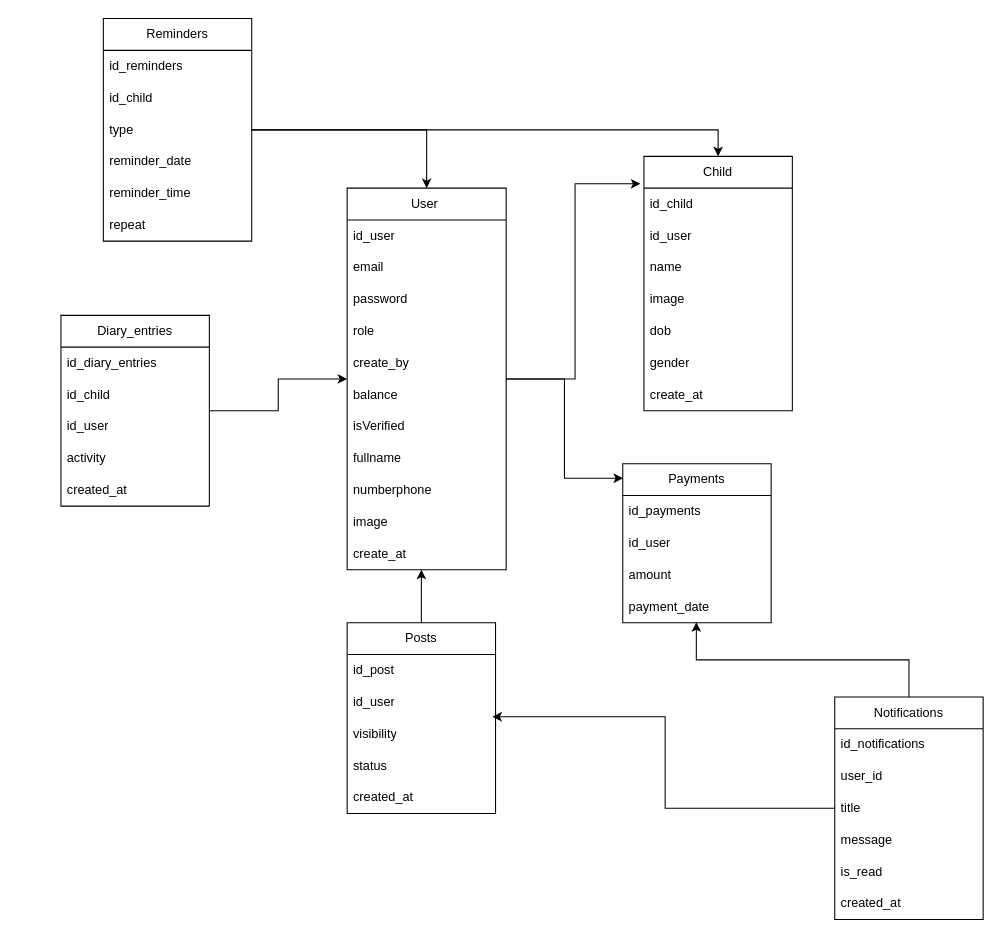
Earlier version of the draw.io diagram F.drawio (NguyenTuanDat187/draw). Source tidied: cells renumbered, new cells numbered last; positions are measured from the earlier drawing's top-left corner, leaving out a move shared by most shapes. Both pictures are drawn from the tidied source at 106%, with x=0, y=0 at pixel (60, 18).
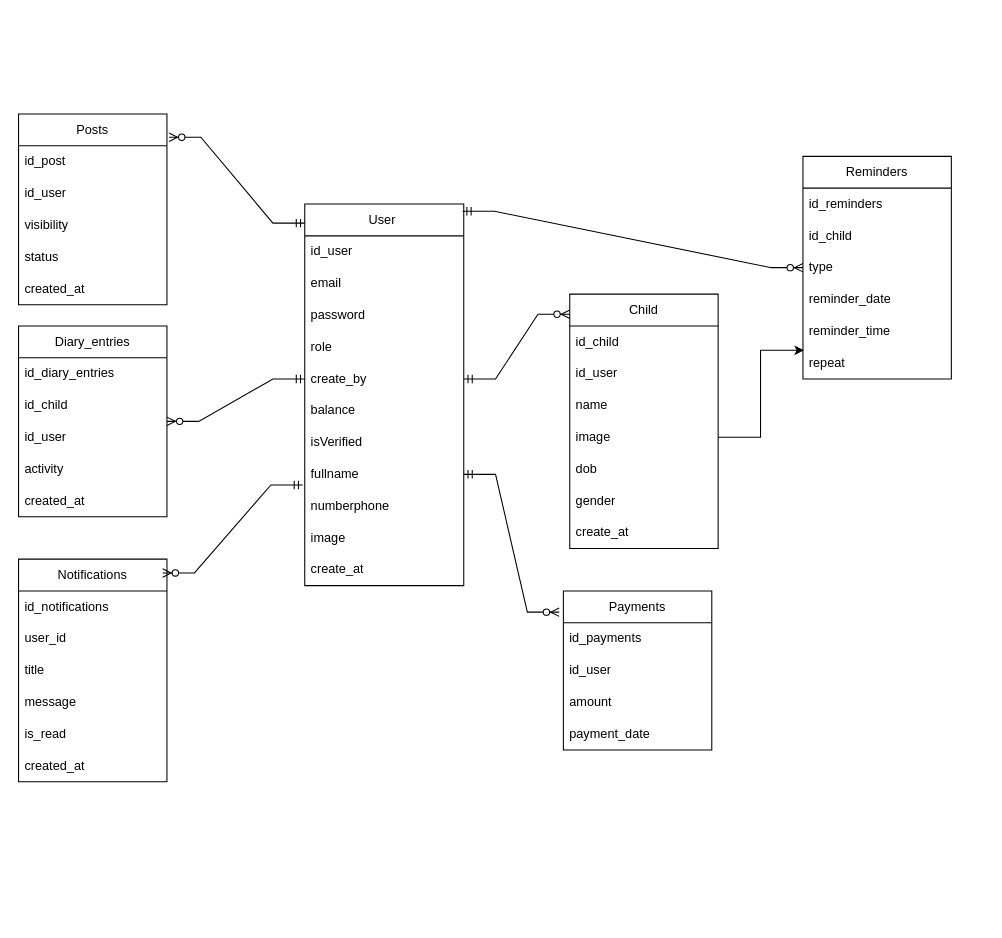
The same diagram, later.

Commit message:
Cập nhật F.drawio

The change refers to these unchanged cells:
```xml
<mxCell id="7" value="create_by" style="text;strokeColor=none;fillColor=none;align=left;verticalAlign=middle;spacingLeft=4;spacingRight=4;overflow=hidden;points=[[0,0.5],[1,0.5]];portConstraint=eastwest;whiteSpace=wrap;html=1;" parent="2" vertex="1">
  <mxGeometry y="150" width="150" height="30" as="geometry" />
</mxCell>
<mxCell id="10" value="fullname" style="text;strokeColor=none;fillColor=none;align=left;verticalAlign=middle;spacingLeft=4;spacingRight=4;overflow=hidden;points=[[0,0.5],[1,0.5]];portConstraint=eastwest;whiteSpace=wrap;html=1;" parent="2" vertex="1">
  <mxGeometry y="240" width="150" height="30" as="geometry" />
</mxCell>
<mxCell id="13" value="create_at" style="text;strokeColor=none;fillColor=none;align=left;verticalAlign=middle;spacingLeft=4;spacingRight=4;overflow=hidden;points=[[0,0.5],[1,0.5]];portConstraint=eastwest;whiteSpace=wrap;html=1;" parent="2" vertex="1">
  <mxGeometry y="330" width="150" height="30" as="geometry" />
</mxCell>
<mxCell id="18" value="image" style="text;strokeColor=none;fillColor=none;align=left;verticalAlign=middle;spacingLeft=4;spacingRight=4;overflow=hidden;points=[[0,0.5],[1,0.5]];portConstraint=eastwest;whiteSpace=wrap;html=1;" parent="14" vertex="1">
  <mxGeometry y="120" width="140" height="30" as="geometry" />
</mxCell>
<mxCell id="30" value="repeat" style="text;strokeColor=none;fillColor=none;align=left;verticalAlign=middle;spacingLeft=4;spacingRight=4;overflow=hidden;points=[[0,0.5],[1,0.5]];portConstraint=eastwest;whiteSpace=wrap;html=1;" parent="24" vertex="1">
  <mxGeometry y="180" width="140" height="30" as="geometry" />
</mxCell>
<mxCell id="41" value="visibility" style="text;strokeColor=none;fillColor=none;align=left;verticalAlign=middle;spacingLeft=4;spacingRight=4;overflow=hidden;points=[[0,0.5],[1,0.5]];portConstraint=eastwest;whiteSpace=wrap;html=1;" parent="38" vertex="1">
  <mxGeometry y="90" width="140" height="30" as="geometry" />
</mxCell>
<mxCell id="49" value="payment_date" style="text;strokeColor=none;fillColor=none;align=left;verticalAlign=middle;spacingLeft=4;spacingRight=4;overflow=hidden;points=[[0,0.5],[1,0.5]];portConstraint=eastwest;whiteSpace=wrap;html=1;" parent="45" vertex="1">
  <mxGeometry y="120" width="140" height="30" as="geometry" />
</mxCell>
```

What changed in the source:
```diff
@@
     <mxCell id="2" value="User&amp;nbsp;" style="swimlane;fontStyle=0;horizontal=1;startSize=30;whiteSpace=wrap;html=1;" parent="1" vertex="1">
-      <mxGeometry x="270" y="160" width="150" height="360" as="geometry" />
+      <mxGeometry x="230" y="175" width="150" height="360" as="geometry" />
     </mxCell>
@@
     <mxCell id="14" value="Child" style="swimlane;fontStyle=0;horizontal=1;startSize=30;whiteSpace=wrap;html=1;" parent="1" vertex="1">
-      <mxGeometry x="550" y="130" width="140" height="240" as="geometry" />
+      <mxGeometry x="480" y="260" width="140" height="240" as="geometry" />
     </mxCell>
@@
-    <mxCell id="22" style="edgeStyle=orthogonalEdgeStyle;rounded=0;jettySize=auto;html=1;entryX=0.5;entryY=0;entryDx=0;entryDy=0;" parent="1" edge="1" source="24" target="2">
-      <mxGeometry relative="1" as="geometry" />
-    </mxCell>
-    <mxCell id="23" style="edgeStyle=orthogonalEdgeStyle;rounded=0;jettySize=auto;html=1;entryX=0.5;entryY=0;entryDx=0;entryDy=0;" parent="1" edge="1" source="24" target="14">
-      <mxGeometry relative="1" as="geometry" />
-    </mxCell>
     <mxCell id="24" value="Reminders" style="swimlane;fontStyle=0;horizontal=1;startSize=30;whiteSpace=wrap;html=1;" parent="1" vertex="1">
-      <mxGeometry x="40" width="140" height="210" as="geometry" />
+      <mxGeometry x="700" y="130" width="140" height="210" as="geometry" />
     </mxCell>
@@
-    <mxCell id="31" style="edgeStyle=orthogonalEdgeStyle;rounded=0;jettySize=auto;html=1;" parent="1" edge="1" source="32" target="2">
-      <mxGeometry relative="1" as="geometry" />
-    </mxCell>
     <mxCell id="32" value="Diary_entries" style="swimlane;fontStyle=0;horizontal=1;startSize=30;whiteSpace=wrap;html=1;" parent="1" vertex="1">
-      <mxGeometry y="280" width="140" height="180" as="geometry" />
+      <mxGeometry x="-40" y="290" width="140" height="180" as="geometry" />
     </mxCell>
@@
     <mxCell id="38" value="Posts" style="swimlane;fontStyle=0;horizontal=1;startSize=30;whiteSpace=wrap;html=1;" parent="1" vertex="1">
-      <mxGeometry x="270" y="570" width="140" height="180" as="geometry" />
+      <mxGeometry x="-40" y="90" width="140" height="180" as="geometry" />
     </mxCell>
@@
-    <mxCell id="44" style="edgeStyle=orthogonalEdgeStyle;rounded=0;jettySize=auto;html=1;entryX=-0.024;entryY=0.108;entryDx=0;entryDy=0;entryPerimeter=0;" parent="1" edge="1" source="2" target="14">
-      <mxGeometry relative="1" as="geometry" />
-    </mxCell>
     <mxCell id="45" value="Payments" style="swimlane;fontStyle=0;horizontal=1;startSize=30;whiteSpace=wrap;html=1;" parent="1" vertex="1">
-      <mxGeometry x="530" y="420" width="140" height="150" as="geometry" />
+      <mxGeometry x="474" y="540" width="140" height="150" as="geometry" />
     </mxCell>
@@
     <mxCell id="50" value="Notifications" style="swimlane;fontStyle=0;horizontal=1;startSize=30;whiteSpace=wrap;html=1;" parent="1" vertex="1">
-      <mxGeometry x="730" y="640" width="140" height="210" as="geometry" />
+      <mxGeometry x="-40" y="510" width="140" height="210" as="geometry" />
     </mxCell>
@@
-    <mxCell id="57" style="edgeStyle=orthogonalEdgeStyle;rounded=0;jettySize=auto;html=1;entryX=0.002;entryY=0.091;entryDx=0;entryDy=0;entryPerimeter=0;" parent="1" edge="1" source="2" target="45">
-      <mxGeometry relative="1" as="geometry" />
-    </mxCell>
-    <mxCell id="58" style="edgeStyle=orthogonalEdgeStyle;rounded=0;jettySize=auto;html=1;entryX=0.979;entryY=-0.044;entryDx=0;entryDy=0;entryPerimeter=0;" parent="1" edge="1" source="50" target="41">
-      <mxGeometry relative="1" as="geometry" />
-    </mxCell>
-    <mxCell id="59" style="edgeStyle=orthogonalEdgeStyle;rounded=0;jettySize=auto;html=1;entryX=0.496;entryY=0.983;entryDx=0;entryDy=0;entryPerimeter=0;" parent="1" edge="1" source="50" target="49">
-      <mxGeometry relative="1" as="geometry" />
-    </mxCell>
-    <mxCell id="60" style="edgeStyle=orthogonalEdgeStyle;rounded=0;jettySize=auto;html=1;entryX=0.467;entryY=1;entryDx=0;entryDy=0;entryPerimeter=0;" parent="1" edge="1" source="38" target="13">
-      <mxGeometry relative="1" as="geometry" />
-    </mxCell>
+    <mxCell id="61" style="edgeStyle=entityRelationEdgeStyle;fontSize=12;html=1;endArrow=ERzeroToMany;startArrow=ERmandOne;rounded=0;exitX=0;exitY=0.05;exitDx=0;exitDy=0;exitPerimeter=0;entryX=1.014;entryY=0.122;entryDx=0;entryDy=0;entryPerimeter=0;" parent="1" edge="1" source="2" target="38">
+      <mxGeometry relative="1" as="geometry">
+        <Array as="points">
+          <mxPoint x="-10" y="340" />
+          <mxPoint x="210" y="200" />
+          <mxPoint x="150" y="190" />
+          <mxPoint x="240" y="210" />
+          <mxPoint x="220" y="200" />
+        </Array>
+      </mxGeometry>
+    </mxCell>
+    <mxCell id="62" style="edgeStyle=entityRelationEdgeStyle;fontSize=12;html=1;endArrow=ERzeroToMany;startArrow=ERmandOne;rounded=0;entryX=0;entryY=0.079;entryDx=0;entryDy=0;entryPerimeter=0;" parent="1" edge="1" source="7" target="14">
+      <mxGeometry relative="1" as="geometry">
+        <Array as="points">
+          <mxPoint x="170" y="385" />
+          <mxPoint x="390" y="245" />
+          <mxPoint x="420" y="255" />
+          <mxPoint x="400" y="245" />
+          <mxPoint x="510" y="290" />
+        </Array>
+      </mxGeometry>
+    </mxCell>
+    <mxCell id="63" style="edgeStyle=entityRelationEdgeStyle;fontSize=12;html=1;endArrow=ERzeroToMany;startArrow=ERmandOne;rounded=0;" parent="1" edge="1" source="7" target="32">
+      <mxGeometry relative="1" as="geometry">
+        <Array as="points">
+          <mxPoint x="-190" y="625" />
+          <mxPoint x="30" y="485" />
+          <mxPoint x="60" y="495" />
+          <mxPoint x="40" y="485" />
+          <mxPoint x="150" y="530" />
+        </Array>
+      </mxGeometry>
+    </mxCell>
+    <mxCell id="64" style="edgeStyle=entityRelationEdgeStyle;fontSize=12;html=1;endArrow=ERzeroToMany;startArrow=ERmandOne;rounded=0;exitX=1;exitY=0.5;exitDx=0;exitDy=0;" parent="1" edge="1" source="10">
+      <mxGeometry relative="1" as="geometry">
+        <mxPoint x="470" y="560" as="targetPoint" />
+        <Array as="points">
+          <mxPoint x="170" y="625" />
+          <mxPoint x="390" y="485" />
+          <mxPoint x="420" y="495" />
+          <mxPoint x="400" y="485" />
+          <mxPoint x="510" y="530" />
+        </Array>
+      </mxGeometry>
+    </mxCell>
+    <mxCell id="65" style="edgeStyle=entityRelationEdgeStyle;fontSize=12;html=1;endArrow=ERzeroToMany;startArrow=ERmandOne;rounded=0;entryX=0.971;entryY=0.062;entryDx=0;entryDy=0;entryPerimeter=0;exitX=-0.013;exitY=0.833;exitDx=0;exitDy=0;exitPerimeter=0;" parent="1" edge="1" source="10" target="50">
+      <mxGeometry relative="1" as="geometry">
+        <Array as="points">
+          <mxPoint x="-240" y="905" />
+          <mxPoint x="-20" y="765" />
+          <mxPoint x="10" y="775" />
+          <mxPoint x="-10" y="765" />
+          <mxPoint x="100" y="810" />
+        </Array>
+      </mxGeometry>
+    </mxCell>
+    <mxCell id="66" style="edgeStyle=entityRelationEdgeStyle;fontSize=12;html=1;endArrow=ERzeroToMany;startArrow=ERmandOne;rounded=0;exitX=0.993;exitY=0.019;exitDx=0;exitDy=0;exitPerimeter=0;" parent="1" edge="1" source="2" target="24">
+      <mxGeometry relative="1" as="geometry">
+        <Array as="points">
+          <mxPoint x="170" y="385" />
+          <mxPoint x="390" y="245" />
+          <mxPoint x="420" y="255" />
+          <mxPoint x="400" y="245" />
+          <mxPoint x="510" y="290" />
+        </Array>
+      </mxGeometry>
+    </mxCell>
+    <mxCell id="67" style="edgeStyle=orthogonalEdgeStyle;rounded=0;jettySize=auto;html=1;entryX=0.007;entryY=0.1;entryDx=0;entryDy=0;entryPerimeter=0;" parent="1" edge="1" source="18" target="30">
+      <mxGeometry relative="1" as="geometry" />
+    </mxCell>
```
